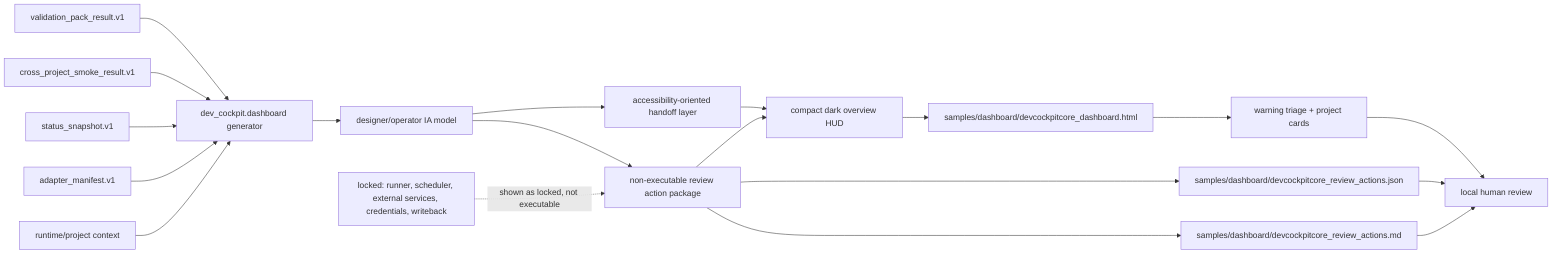
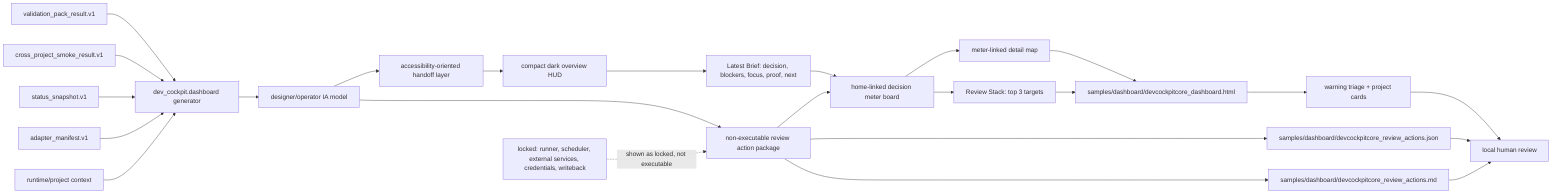
flowchart LR
    VP["validation_pack_result.v1"]
    SM["cross_project_smoke_result.v1"]
    SS["status_snapshot.v1"]
    AD["adapter_manifest.v1"]
    RT["runtime/project context"]
    GEN["dev_cockpit.dashboard generator"]
    IA["designer/operator IA model"]
    ACT["non-executable review action package"]
    A11Y["accessibility-oriented handoff layer"]
    HUD["compact dark overview HUD"]
+     BRIEF["Latest Brief: decision, blockers, focus, proof, next"]
+     METER["home-linked decision meter board"]
+     STACK["Review Stack: top 3 targets"]
+     DETAIL["meter-linked detail map"]
    HTML["samples/dashboard/devcockpitcore_dashboard.html"]
    JSON["samples/dashboard/devcockpitcore_review_actions.json"]
    MD["samples/dashboard/devcockpitcore_review_actions.md"]
    TRIAGE["warning triage + project cards"]
    REVIEW["local human review"]

    VP --> GEN
    SM --> GEN
    SS --> GEN
    AD --> GEN
    RT --> GEN
    GEN --> IA
    IA --> ACT
    IA --> A11Y
    A11Y --> HUD
-     HUD --> HTML
+     HUD --> BRIEF
+     BRIEF --> METER
+     METER --> STACK
+     METER --> DETAIL
+     DETAIL --> HTML
+     STACK --> HTML
    ACT --> JSON
    ACT --> MD
-     ACT --> HUD
+     ACT --> METER
    HTML --> TRIAGE
    TRIAGE --> REVIEW
    JSON --> REVIEW
    MD --> REVIEW

    LOCK["locked: runner, scheduler, external services, credentials, writeback"]
    LOCK -. "shown as locked, not executable" .-> ACT
